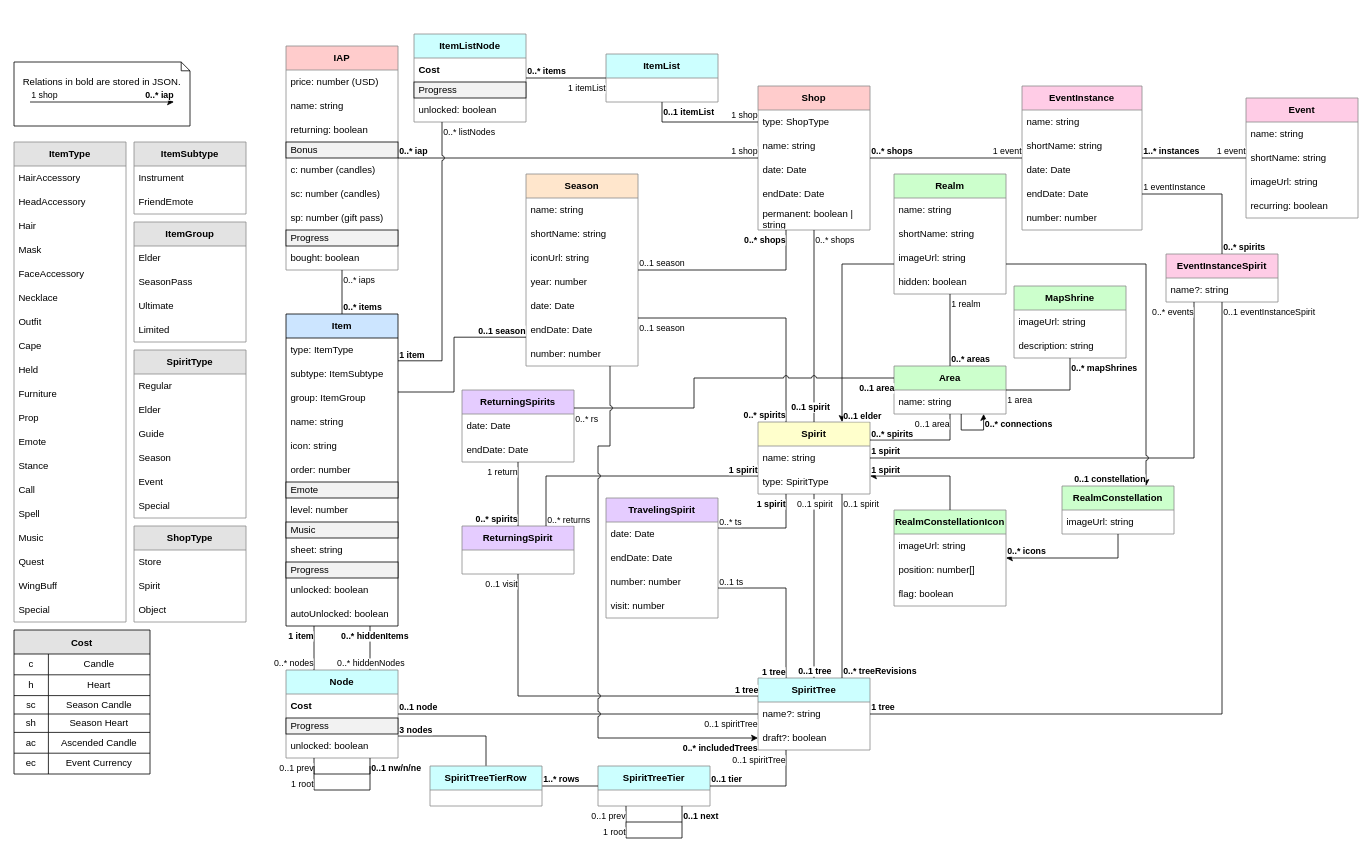
Above: diagrams/SkyPlannerData.drawio in Silverfeelin/SkyGame-Planner (draw.io), before the change. Source tidied: cells renumbered, new cells numbered last; positions are measured from the earlier drawing's top-left corner, leaving out a move shared by most shapes. Both pictures are drawn from the tidied source at 80%, with x=0, y=0 at pixel (14, 34).
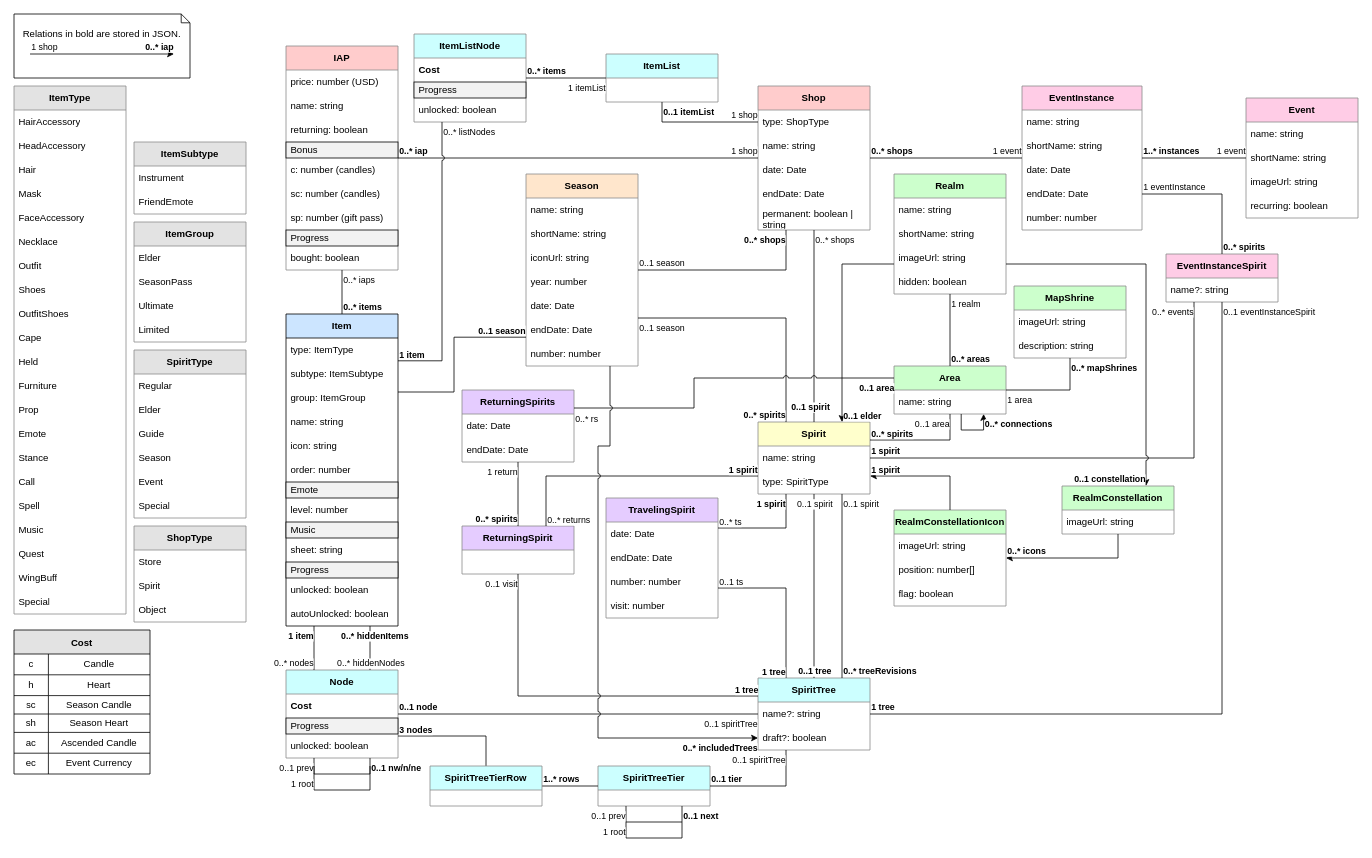
The same page after the edit.

Commit message (it also covers changes not shown here):
Update vault for OutfitShoes & diagram

What changed in the source:
```diff
@@
     <mxCell id="16" value="ItemType" style="swimlane;fontStyle=1;horizontal=1;startSize=30;whiteSpace=wrap;html=1;fillStyle=auto;strokeColor=#8C8C8C;fillColor=#E3E3E3;" parent="1" vertex="1">
-      <mxGeometry y="135" width="140" height="600" as="geometry" />
+      <mxGeometry y="65" width="140" height="660" as="geometry" />
     </mxCell>
@@
+    <mxCell id="318" value="Shoes" style="text;strokeColor=none;fillColor=none;align=left;verticalAlign=middle;spacingLeft=4;spacingRight=4;overflow=hidden;whiteSpace=wrap;html=1;fillStyle=auto;" parent="16" vertex="1">
+      <mxGeometry y="240" width="140" height="30" as="geometry" />
+    </mxCell>
+    <mxCell id="319" value="OutfitShoes" style="text;strokeColor=none;fillColor=none;align=left;verticalAlign=middle;spacingLeft=4;spacingRight=4;overflow=hidden;whiteSpace=wrap;html=1;fillStyle=auto;" parent="16" vertex="1">
+      <mxGeometry y="270" width="140" height="30" as="geometry" />
+    </mxCell>
     <mxCell id="24" value="Cape" style="text;strokeColor=none;fillColor=none;align=left;verticalAlign=middle;spacingLeft=4;spacingRight=4;overflow=hidden;whiteSpace=wrap;html=1;fillStyle=auto;" parent="16" vertex="1">
-      <mxGeometry y="240" width="140" height="30" as="geometry" />
+      <mxGeometry y="300" width="140" height="30" as="geometry" />
     </mxCell>
     <mxCell id="25" value="Held" style="text;strokeColor=none;fillColor=none;align=left;verticalAlign=middle;spacingLeft=4;spacingRight=4;overflow=hidden;whiteSpace=wrap;html=1;fillStyle=auto;" parent="16" vertex="1">
-      <mxGeometry y="270" width="140" height="30" as="geometry" />
+      <mxGeometry y="330" width="140" height="30" as="geometry" />
     </mxCell>
     <mxCell id="26" value="Furniture" style="text;strokeColor=none;fillColor=none;align=left;verticalAlign=middle;spacingLeft=4;spacingRight=4;overflow=hidden;whiteSpace=wrap;html=1;fillStyle=auto;" parent="16" vertex="1">
-      <mxGeometry y="300" width="140" height="30" as="geometry" />
+      <mxGeometry y="360" width="140" height="30" as="geometry" />
     </mxCell>
     <mxCell id="27" value="Prop" style="text;strokeColor=none;fillColor=none;align=left;verticalAlign=middle;spacingLeft=4;spacingRight=4;overflow=hidden;whiteSpace=wrap;html=1;fillStyle=auto;" parent="16" vertex="1">
-      <mxGeometry y="330" width="140" height="30" as="geometry" />
+      <mxGeometry y="390" width="140" height="30" as="geometry" />
     </mxCell>
     <mxCell id="28" value="Emote" style="text;strokeColor=none;fillColor=none;align=left;verticalAlign=middle;spacingLeft=4;spacingRight=4;overflow=hidden;whiteSpace=wrap;html=1;fillStyle=auto;" parent="16" vertex="1">
-      <mxGeometry y="360" width="140" height="30" as="geometry" />
+      <mxGeometry y="420" width="140" height="30" as="geometry" />
     </mxCell>
     <mxCell id="29" value="Stance" style="text;strokeColor=none;fillColor=none;align=left;verticalAlign=middle;spacingLeft=4;spacingRight=4;overflow=hidden;whiteSpace=wrap;html=1;fillStyle=auto;" parent="16" vertex="1">
-      <mxGeometry y="390" width="140" height="30" as="geometry" />
+      <mxGeometry y="450" width="140" height="30" as="geometry" />
     </mxCell>
     <mxCell id="30" value="Call" style="text;strokeColor=none;fillColor=none;align=left;verticalAlign=middle;spacingLeft=4;spacingRight=4;overflow=hidden;whiteSpace=wrap;html=1;fillStyle=auto;" parent="16" vertex="1">
-      <mxGeometry y="420" width="140" height="30" as="geometry" />
+      <mxGeometry y="480" width="140" height="30" as="geometry" />
     </mxCell>
     <mxCell id="31" value="Spell" style="text;strokeColor=none;fillColor=none;align=left;verticalAlign=middle;spacingLeft=4;spacingRight=4;overflow=hidden;whiteSpace=wrap;html=1;fillStyle=auto;" parent="16" vertex="1">
-      <mxGeometry y="450" width="140" height="30" as="geometry" />
+      <mxGeometry y="510" width="140" height="30" as="geometry" />
     </mxCell>
     <mxCell id="32" value="Music" style="text;strokeColor=none;fillColor=none;align=left;verticalAlign=middle;spacingLeft=4;spacingRight=4;overflow=hidden;whiteSpace=wrap;html=1;fillStyle=auto;" parent="16" vertex="1">
-      <mxGeometry y="480" width="140" height="30" as="geometry" />
+      <mxGeometry y="540" width="140" height="30" as="geometry" />
     </mxCell>
     <mxCell id="33" value="Quest" style="text;strokeColor=none;fillColor=none;align=left;verticalAlign=middle;spacingLeft=4;spacingRight=4;overflow=hidden;whiteSpace=wrap;html=1;fillStyle=auto;" parent="16" vertex="1">
-      <mxGeometry y="510" width="140" height="30" as="geometry" />
+      <mxGeometry y="570" width="140" height="30" as="geometry" />
     </mxCell>
     <mxCell id="34" value="WingBuff" style="text;strokeColor=none;fillColor=none;align=left;verticalAlign=middle;spacingLeft=4;spacingRight=4;overflow=hidden;whiteSpace=wrap;html=1;fillStyle=auto;" parent="16" vertex="1">
-      <mxGeometry y="540" width="140" height="30" as="geometry" />
+      <mxGeometry y="600" width="140" height="30" as="geometry" />
     </mxCell>
     <mxCell id="35" value="Special" style="text;strokeColor=none;fillColor=none;align=left;verticalAlign=middle;spacingLeft=4;spacingRight=4;overflow=hidden;whiteSpace=wrap;html=1;fillStyle=auto;" parent="16" vertex="1">
-      <mxGeometry y="570" width="140" height="30" as="geometry" />
+      <mxGeometry y="630" width="140" height="30" as="geometry" />
     </mxCell>
@@
     <mxCell id="95" style="group;" parent="1" vertex="1">
-      <mxGeometry y="35" width="220" height="80" as="geometry" />
+      <mxGeometry y="-25" width="220" height="80" as="geometry" />
     </mxCell>
```
